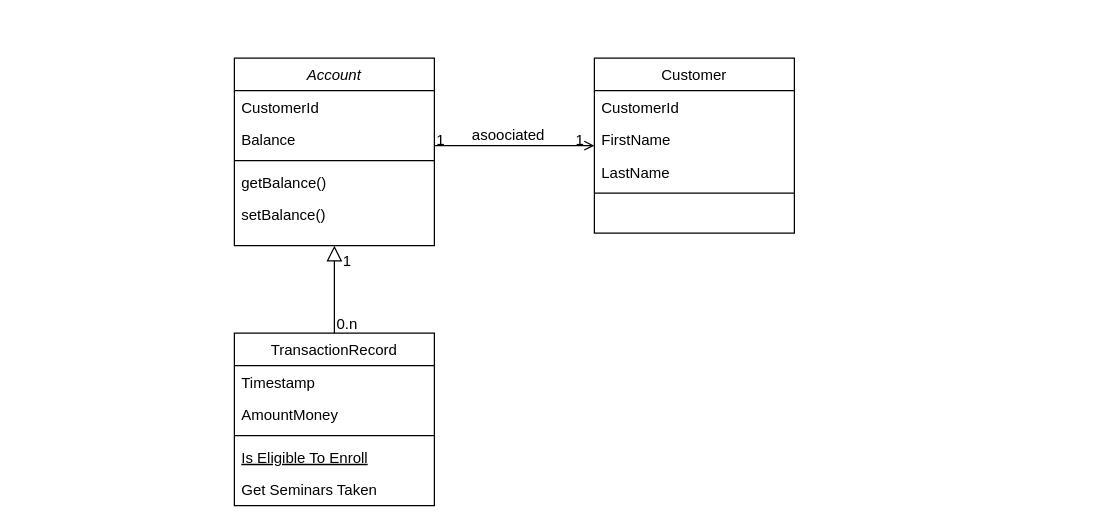
The draw.io diagram Untitled Diagram.drawio in Lukacius/Comp5348-W3-Tut, before the edit. Source tidied: cells renumbered, new cells numbered last; positions are measured from the earlier drawing's top-left corner, leaving out a move shared by most shapes. Both pictures are drawn from the tidied source at 125%, with x=0, y=0 at pixel (234, 58).
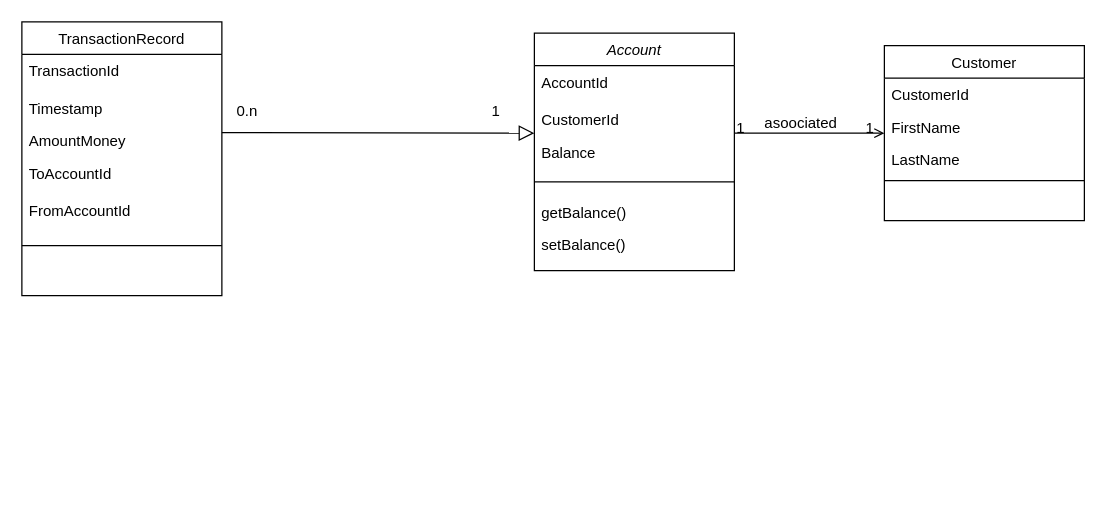
The same page after the edit.

What changed in the source:
```diff
@@
     <mxCell id="2" value="Account" style="swimlane;fontStyle=2;align=center;verticalAlign=top;horizontal=1;startSize=26;rounded=0;shadow=0;strokeWidth=1;" parent="1" vertex="1">
-      <mxGeometry width="160" height="150" as="geometry" />
+      <mxGeometry x="240" y="-20" width="160" height="190" as="geometry" />
     </mxCell>
+    <mxCell id="26" value="AccountId" style="text;html=1;align=left;verticalAlign=top;strokeColor=none;fillColor=none;spacingLeft=4;" parent="2" vertex="1">
+      <mxGeometry y="26" width="160" height="30" as="geometry" />
+    </mxCell>
     <mxCell id="3" value="CustomerId" style="text;align=left;verticalAlign=top;spacingLeft=4;spacingRight=4;overflow=hidden;" parent="2" vertex="1">
-      <mxGeometry y="26" width="160" height="26" as="geometry" />
+      <mxGeometry y="56" width="160" height="26" as="geometry" />
     </mxCell>
     <mxCell id="4" value="Balance" style="text;align=left;verticalAlign=top;spacingLeft=4;spacingRight=4;overflow=hidden;rounded=0;shadow=0;html=0;" parent="2" vertex="1">
-      <mxGeometry y="52" width="160" height="26" as="geometry" />
+      <mxGeometry y="82" width="160" height="26" as="geometry" />
     </mxCell>
     <mxCell id="5" style="line;html=1;strokeWidth=1;align=left;verticalAlign=middle;spacingTop=-1;spacingLeft=3;spacingRight=3;labelPosition=right;" parent="2" vertex="1">
-      <mxGeometry y="78" width="160" height="8" as="geometry" />
+      <mxGeometry y="108" width="160" height="22" as="geometry" />
     </mxCell>
     <mxCell id="6" value="getBalance()" style="text;align=left;verticalAlign=top;spacingLeft=4;spacingRight=4;overflow=hidden;" parent="2" vertex="1">
-      <mxGeometry y="86" width="160" height="26" as="geometry" />
+      <mxGeometry y="130" width="160" height="26" as="geometry" />
     </mxCell>
     <mxCell id="7" value="&lt;span style=&quot;&quot;&gt;setBalance()&lt;/span&gt;" style="text;html=1;align=left;verticalAlign=top;strokeColor=none;fillColor=none;spacingLeft=4;" parent="2" vertex="1">
-      <mxGeometry y="112" width="160" height="30" as="geometry" />
+      <mxGeometry y="156" width="160" height="30" as="geometry" />
     </mxCell>
     <mxCell id="8" value="TransactionRecord&#10;" style="swimlane;fontStyle=0;align=center;verticalAlign=top;horizontal=1;startSize=26;rounded=0;shadow=0;strokeWidth=1;" parent="1" vertex="1">
-      <mxGeometry y="220" width="160" height="138" as="geometry" />
+      <mxGeometry x="-170" y="-29" width="160" height="219" as="geometry" />
     </mxCell>
+    <mxCell id="27" value="Transaction&lt;span style=&quot;background-color: initial;&quot;&gt;Id&lt;/span&gt;" style="text;html=1;align=left;verticalAlign=top;strokeColor=none;fillColor=none;spacingLeft=4;" parent="8" vertex="1">
+      <mxGeometry y="26" width="160" height="30" as="geometry" />
+    </mxCell>
     <mxCell id="9" value="Timestamp" style="text;align=left;verticalAlign=top;spacingLeft=4;spacingRight=4;overflow=hidden;" parent="8" vertex="1">
-      <mxGeometry y="26" width="160" height="26" as="geometry" />
+      <mxGeometry y="56" width="160" height="26" as="geometry" />
     </mxCell>
     <mxCell id="10" value="AmountMoney" style="text;align=left;verticalAlign=top;spacingLeft=4;spacingRight=4;overflow=hidden;rounded=0;shadow=0;html=0;" parent="8" vertex="1">
-      <mxGeometry y="52" width="160" height="26" as="geometry" />
+      <mxGeometry y="82" width="160" height="26" as="geometry" />
     </mxCell>
+    <mxCell id="28" value="ToAccountId" style="text;html=1;align=left;verticalAlign=top;strokeColor=none;fillColor=none;spacingLeft=4;" parent="8" vertex="1">
+      <mxGeometry y="108" width="160" height="30" as="geometry" />
+    </mxCell>
+    <mxCell id="29" value="FromAccountId" style="text;html=1;align=left;verticalAlign=top;strokeColor=none;fillColor=none;spacingLeft=4;" parent="8" vertex="1">
+      <mxGeometry y="138" width="160" height="30" as="geometry" />
+    </mxCell>
     <mxCell id="11" style="line;html=1;strokeWidth=1;align=left;verticalAlign=middle;spacingTop=-1;spacingLeft=3;spacingRight=3;labelPosition=right;" parent="8" vertex="1">
-      <mxGeometry y="78" width="160" height="8" as="geometry" />
+      <mxGeometry y="168" width="160" height="22" as="geometry" />
     </mxCell>
-    <mxCell id="12" value="Is Eligible To Enroll" style="text;align=left;verticalAlign=top;spacingLeft=4;spacingRight=4;overflow=hidden;fontStyle=4;" parent="8" vertex="1">
-      <mxGeometry y="86" width="160" height="26" as="geometry" />
-    </mxCell>
-    <mxCell id="13" value="Get Seminars Taken" style="text;align=left;verticalAlign=top;spacingLeft=4;spacingRight=4;overflow=hidden;" parent="8" vertex="1">
-      <mxGeometry y="112" width="160" height="26" as="geometry" />
-    </mxCell>
-    <mxCell id="14" style="endArrow=block;endSize=10;endFill=0;shadow=0;strokeWidth=1;rounded=0;curved=0;edgeStyle=elbowEdgeStyle;elbow=vertical;" parent="1" edge="1" source="8" target="2">
-      <mxGeometry relative="1" as="geometry" />
+    <mxCell id="14" style="endArrow=block;endSize=10;endFill=0;shadow=0;strokeWidth=1;rounded=0;curved=0;edgeStyle=elbowEdgeStyle;elbow=vertical;" parent="1" edge="1">
+      <mxGeometry relative="1" as="geometry">
+        <mxPoint x="-10" y="59.5" as="sourcePoint" />
+        <mxPoint x="240" y="59.5" as="targetPoint" />
+      </mxGeometry>
     </mxCell>
     <mxCell id="15" value="Customer" style="swimlane;fontStyle=0;align=center;verticalAlign=top;horizontal=1;startSize=26;rounded=0;shadow=0;strokeWidth=1;" parent="1" vertex="1">
-      <mxGeometry x="288" width="160" height="140" as="geometry" />
+      <mxGeometry x="520" y="-10" width="160" height="140" as="geometry" />
     </mxCell>
@@
+    <mxCell id="25" value="1" style="text;html=1;align=center;verticalAlign=middle;strokeColor=none;fillColor=none;" parent="1" vertex="1">
+      <mxGeometry x="194" y="28" width="30" height="30" as="geometry" />
+    </mxCell>
     <mxCell id="24" value="0.n" style="text;html=1;align=center;verticalAlign=middle;strokeColor=none;fillColor=none;" parent="1" vertex="1">
-      <mxGeometry x="70" y="198" width="40" height="30" as="geometry" />
+      <mxGeometry x="-10" y="28" width="40" height="30" as="geometry" />
     </mxCell>
-    <mxCell id="25" value="1" style="text;html=1;align=center;verticalAlign=middle;strokeColor=none;fillColor=none;" parent="1" vertex="1">
-      <mxGeometry x="75" y="148" width="30" height="30" as="geometry" />
-    </mxCell>
```
